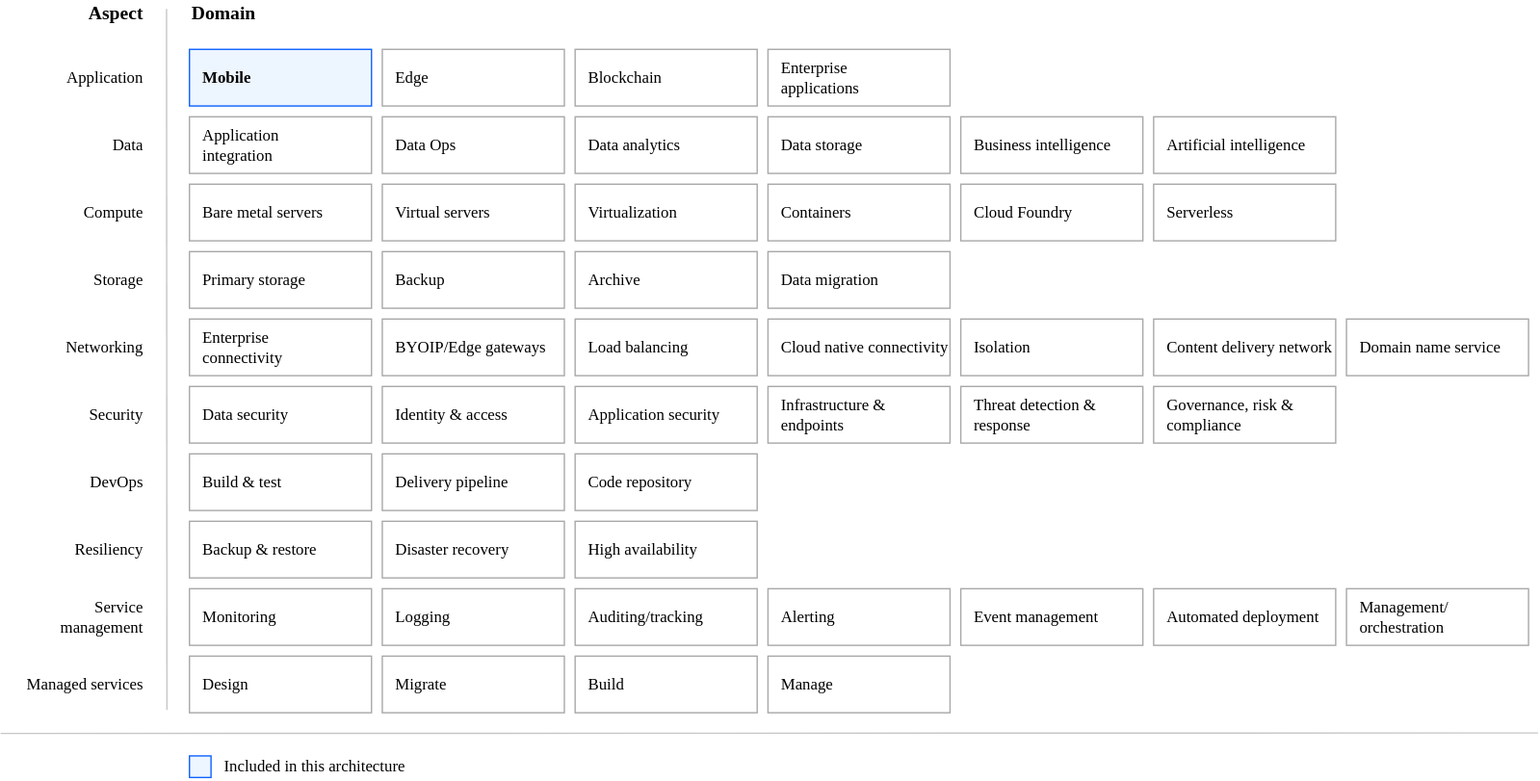
This is images/heatmap.svg from ibm-cloud-docs/architecture-framework, a draw.io export, as it was before one commit. Source tidied: cells renumbered, new cells last; positions are measured from the earlier drawing's top-left corner, leaving out a move shared by most shapes.
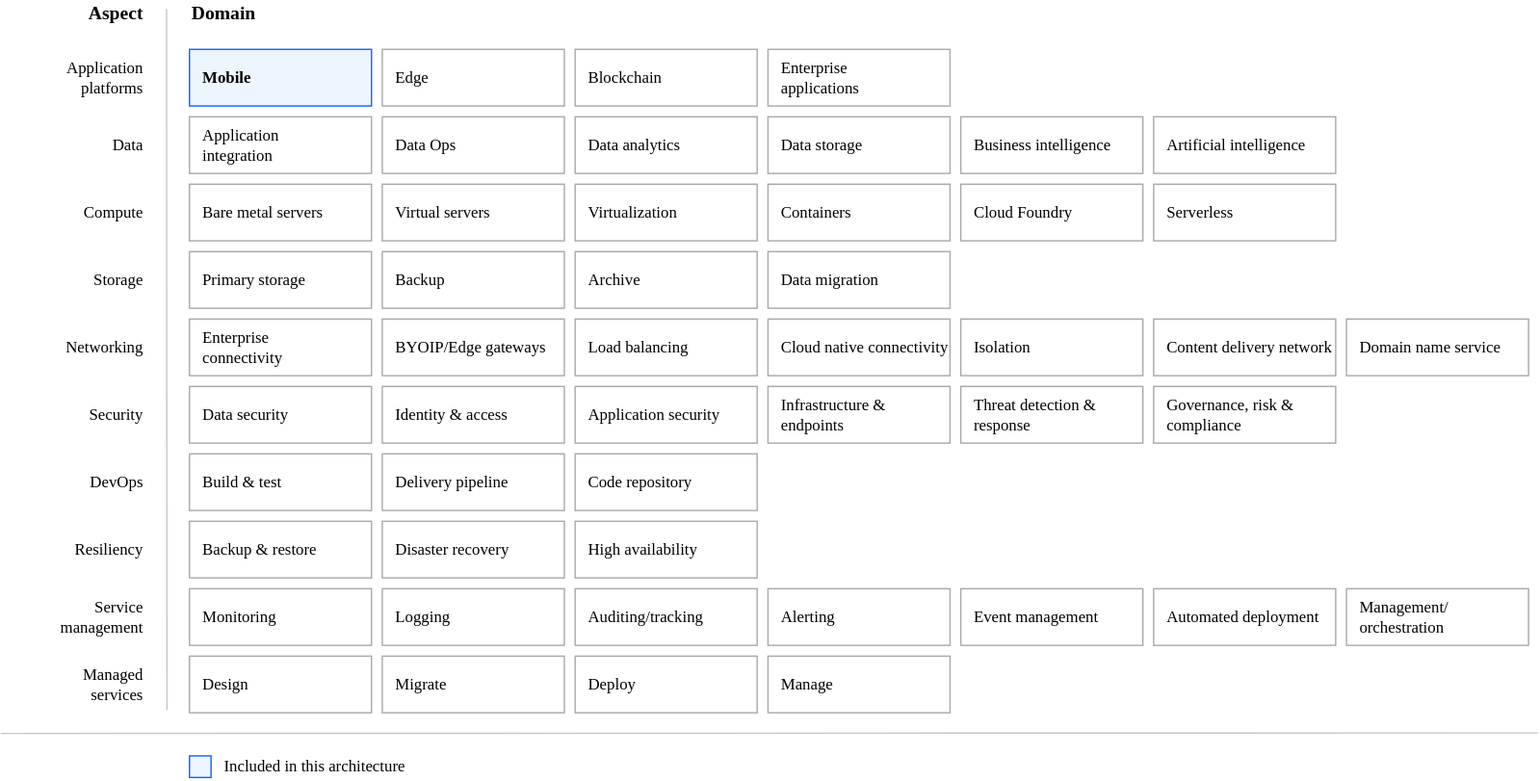
Above is the later version.

Change to the diagram source:
```diff
@@ -143,7 +143,7 @@
     <mxCell id="48" value="Migrate" style="rounded=0;whiteSpace=wrap;html=1;strokeColor=#A8A8A8;align=left;spacingLeft=8;fontFamily=IBM Plex Sans;fillColor=default;fontStyle=0;" parent="1" vertex="1">
       <mxGeometry x="283" y="486" width="135" height="42" as="geometry" />
     </mxCell>
-    <mxCell id="49" value="Build" style="rounded=0;whiteSpace=wrap;html=1;strokeColor=#A8A8A8;align=left;spacingLeft=8;fontFamily=IBM Plex Sans;fillColor=default;fontStyle=0;" parent="1" vertex="1">
+    <mxCell id="49" value="Deploy" style="rounded=0;whiteSpace=wrap;html=1;strokeColor=#A8A8A8;align=left;spacingLeft=8;fontFamily=IBM Plex Sans;fillColor=default;fontStyle=0;" parent="1" vertex="1">
       <mxGeometry x="426" y="486" width="135" height="42" as="geometry" />
     </mxCell>
     <mxCell id="50" value="Manage" style="rounded=0;whiteSpace=wrap;html=1;strokeColor=#A8A8A8;align=left;spacingLeft=8;fontFamily=IBM Plex Sans;fillColor=default;fontStyle=0;" parent="1" vertex="1">
@@ -161,7 +161,7 @@
     <mxCell id="53" value="Aspect" style="text;strokeColor=none;fillColor=none;html=1;fontSize=14;fontStyle=1;verticalAlign=middle;align=right;rounded=0;fontFamily=IBM Plex Sans;fontColor=default;" parent="1" vertex="1">
       <mxGeometry x="7" width="100" height="20" as="geometry" />
     </mxCell>
-    <mxCell id="54" value="Application" style="text;strokeColor=none;fillColor=none;html=1;fontSize=12;fontStyle=0;verticalAlign=middle;align=right;rounded=0;fontFamily=IBM Plex Sans;fontColor=default;" parent="1" vertex="1">
+    <mxCell id="54" value="Application &lt;br&gt;platforms" style="text;strokeColor=none;fillColor=none;html=1;fontSize=12;fontStyle=0;verticalAlign=middle;align=right;rounded=0;fontFamily=IBM Plex Sans;fontColor=default;" parent="1" vertex="1">
       <mxGeometry x="7" y="47" width="100" height="20" as="geometry" />
     </mxCell>
     <mxCell id="55" value="Data" style="text;strokeColor=none;fillColor=none;html=1;fontSize=12;fontStyle=0;verticalAlign=middle;align=right;rounded=0;fontFamily=IBM Plex Sans;fontColor=default;" parent="1" vertex="1">
@@ -188,7 +188,7 @@
     <mxCell id="62" value="Service&lt;br&gt;management" style="text;strokeColor=none;fillColor=none;html=1;fontSize=12;fontStyle=0;verticalAlign=middle;align=right;rounded=0;fontFamily=IBM Plex Sans;fontColor=default;" parent="1" vertex="1">
       <mxGeometry x="7" y="447" width="100" height="20" as="geometry" />
     </mxCell>
-    <mxCell id="63" value="Managed services" style="text;strokeColor=none;fillColor=none;html=1;fontSize=12;fontStyle=0;verticalAlign=middle;align=right;rounded=0;fontFamily=IBM Plex Sans;fontColor=default;" parent="1" vertex="1">
+    <mxCell id="63" value="Managed &lt;br&gt;services" style="text;strokeColor=none;fillColor=none;html=1;fontSize=12;fontStyle=0;verticalAlign=middle;align=right;rounded=0;fontFamily=IBM Plex Sans;fontColor=default;" parent="1" vertex="1">
       <mxGeometry x="7" y="497" width="100" height="20" as="geometry" />
     </mxCell>
     <mxCell id="64" style="endArrow=none;html=1;rounded=0;fontFamily=IBM Plex Sans;fontSize=12;fontColor=default;strokeColor=#C6C6C6;" parent="1" edge="1">
```
